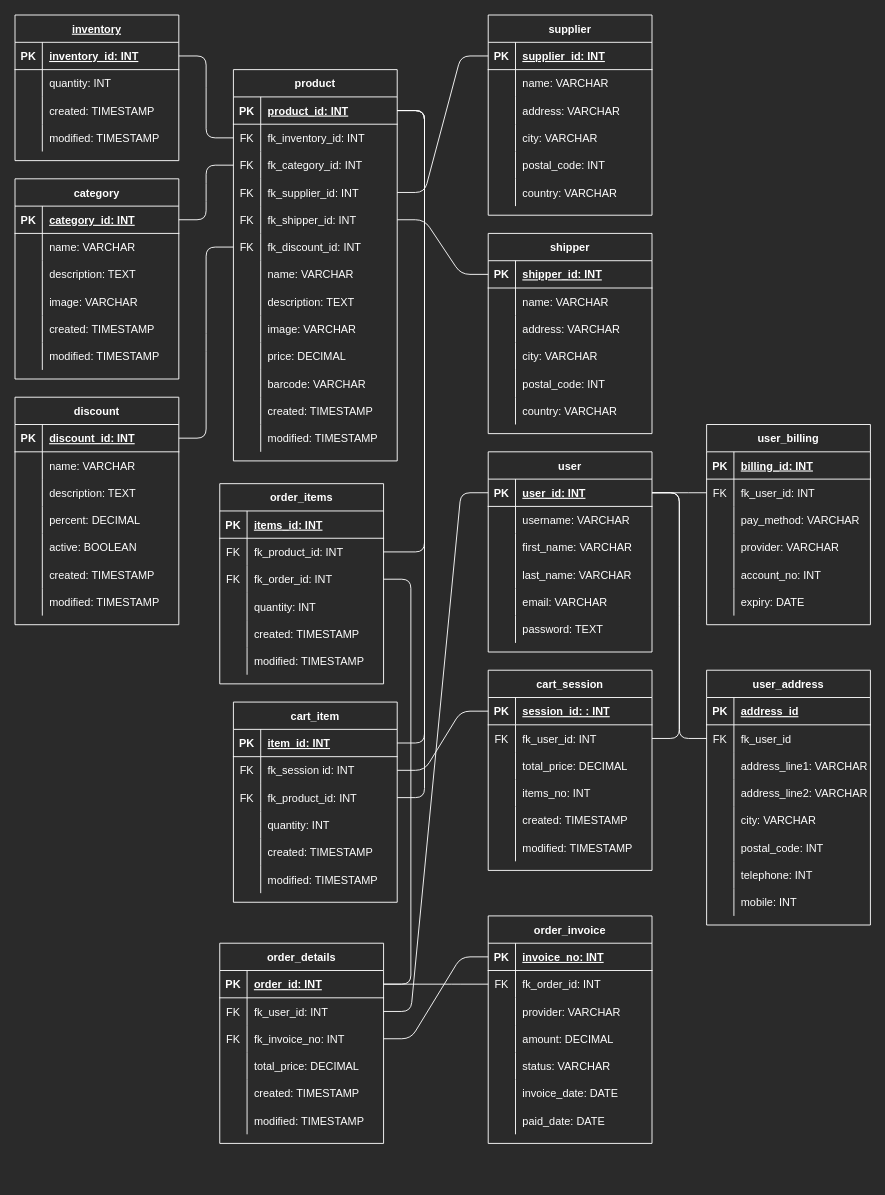
The draw.io diagram page "Normalization" (4 of 4) of diagrams/famazon.drawio in PCSedlaczek/BE15_CR9_Sedlaczek, before the edit. Source tidied: cells renumbered, new cells numbered last; positions are measured from the earlier drawing's top-left corner, leaving out a move shared by most shapes. Both pictures are drawn from the tidied source at 91%, with x=0, y=0 at pixel (15, 15).
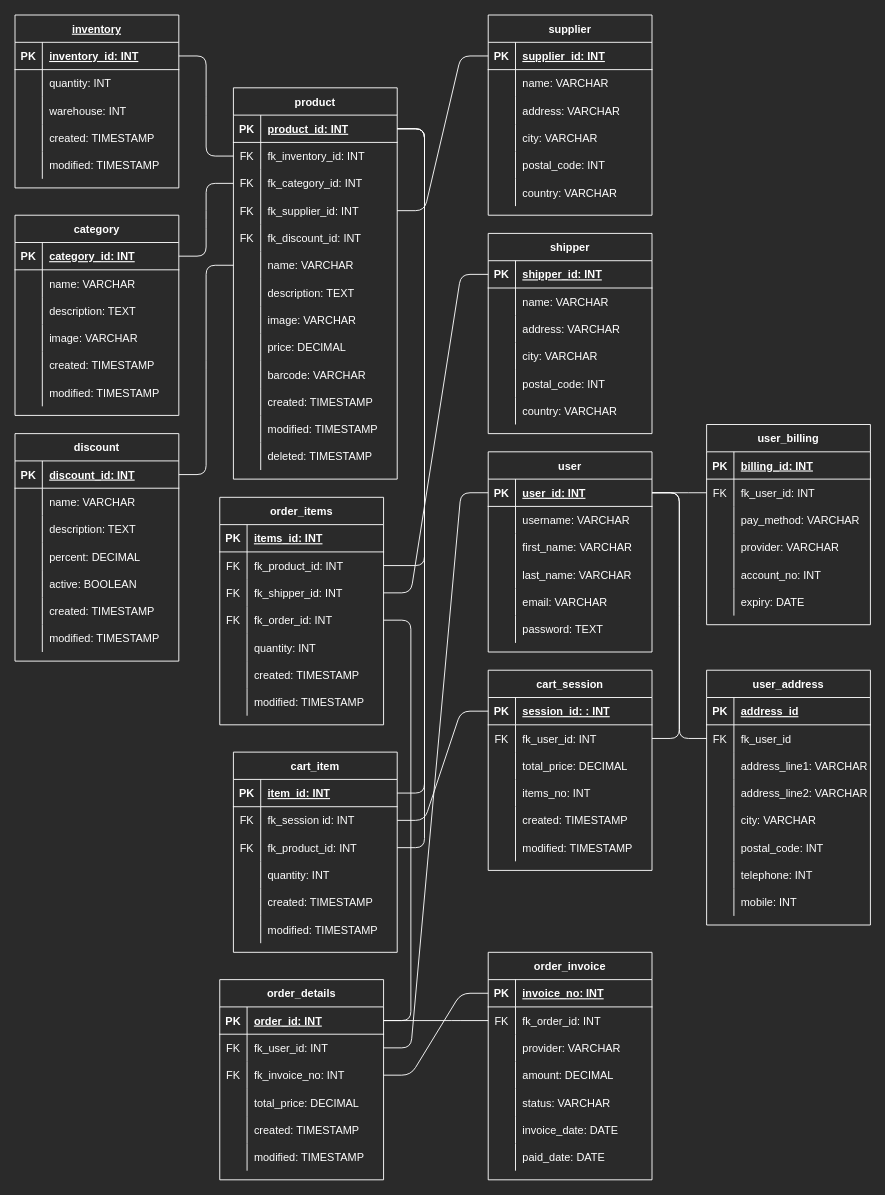
The same page after the edit.

Unchanged cells that the change refers to:
```xml
<mxCell id="103" style="shape=partialRectangle;fillColor=none;top=0;left=0;bottom=1;right=0;points=[[0,0.5],[1,0.5]];portConstraint=eastwest;labelBackgroundColor=none;fontColor=#FFFFFF;strokeColor=#FFFFFF;strokeWidth=1;" parent="102" vertex="1">
  <mxGeometry y="30" width="180" height="30" as="geometry" />
</mxCell>
<mxCell id="134" style="shape=partialRectangle;fillColor=none;top=0;left=0;bottom=0;right=0;points=[[0,0.5],[1,0.5]];portConstraint=eastwest;labelBackgroundColor=none;fontColor=#FFFFFF;strokeColor=#FFFFFF;strokeWidth=1;" parent="121" vertex="1">
  <mxGeometry y="150" width="180" height="30" as="geometry" />
</mxCell>
<mxCell id="137" style="shape=partialRectangle;fillColor=none;top=0;left=0;bottom=0;right=0;points=[[0,0.5],[1,0.5]];portConstraint=eastwest;labelBackgroundColor=none;fontColor=#FFFFFF;strokeColor=#FFFFFF;strokeWidth=1;" parent="121" vertex="1">
  <mxGeometry y="180" width="180" height="30" as="geometry" />
</mxCell>
<mxCell id="140" style="shape=partialRectangle;fillColor=none;top=0;left=0;bottom=0;right=0;labelBackgroundColor=none;fontColor=#FFFFFF;strokeColor=#FFFFFF;strokeWidth=1;" parent="121" vertex="1">
  <mxGeometry y="210" width="180" height="30" as="geometry" />
</mxCell>
<mxCell id="143" style="shape=partialRectangle;fillColor=none;top=0;left=0;bottom=0;right=0;labelBackgroundColor=none;fontColor=#FFFFFF;strokeColor=#FFFFFF;strokeWidth=1;" parent="121" vertex="1">
  <mxGeometry y="240" width="180" height="30" as="geometry" />
</mxCell>
<mxCell id="146" style="shape=partialRectangle;fillColor=none;top=0;left=0;bottom=0;right=0;labelBackgroundColor=none;fontColor=#FFFFFF;strokeColor=#FFFFFF;strokeWidth=1;" parent="121" vertex="1">
  <mxGeometry y="270" width="180" height="30" as="geometry" />
</mxCell>
<mxCell id="149" style="shape=partialRectangle;fillColor=none;top=0;left=0;bottom=0;right=0;labelBackgroundColor=none;fontColor=#FFFFFF;strokeColor=#FFFFFF;strokeWidth=1;" parent="121" vertex="1">
  <mxGeometry y="300" width="180" height="30" as="geometry" />
</mxCell>
<mxCell id="152" style="shape=partialRectangle;fillColor=none;top=0;left=0;bottom=0;right=0;labelBackgroundColor=none;fontColor=#FFFFFF;strokeColor=#FFFFFF;strokeWidth=1;" parent="121" vertex="1">
  <mxGeometry y="330" width="180" height="30" as="geometry" />
</mxCell>
<mxCell id="155" style="shape=partialRectangle;fillColor=none;top=0;left=0;bottom=0;right=0;labelBackgroundColor=none;fontColor=#FFFFFF;strokeColor=#FFFFFF;strokeWidth=1;" parent="121" vertex="1">
  <mxGeometry y="360" width="180" height="30" as="geometry" />
</mxCell>
<mxCell id="158" style="shape=partialRectangle;fillColor=none;top=0;left=0;bottom=0;right=0;labelBackgroundColor=none;fontColor=#FFFFFF;strokeColor=#FFFFFF;strokeWidth=1;" parent="121" vertex="1">
  <mxGeometry y="390" width="180" height="30" as="geometry" />
</mxCell>
<mxCell id="225" style="shape=partialRectangle;fillColor=none;top=0;left=0;bottom=0;right=0;points=[[0,0.5],[1,0.5]];portConstraint=eastwest;labelBackgroundColor=none;fontColor=#FFFFFF;strokeColor=#FFFFFF;strokeWidth=1;" parent="218" vertex="1">
  <mxGeometry y="90" width="180" height="30" as="geometry" />
</mxCell>
<mxCell id="228" style="shape=partialRectangle;fillColor=none;top=0;left=0;bottom=0;right=0;points=[[0,0.5],[1,0.5]];portConstraint=eastwest;labelBackgroundColor=none;fontColor=#FFFFFF;strokeColor=#FFFFFF;strokeWidth=1;" parent="218" vertex="1">
  <mxGeometry y="120" width="180" height="30" as="geometry" />
</mxCell>
<mxCell id="231" style="shape=partialRectangle;fillColor=none;top=0;left=0;bottom=0;right=0;labelBackgroundColor=none;fontColor=#FFFFFF;strokeColor=#FFFFFF;strokeWidth=1;" parent="218" vertex="1">
  <mxGeometry y="150" width="180" height="30" as="geometry" />
</mxCell>
<mxCell id="234" style="shape=partialRectangle;fillColor=none;top=0;left=0;bottom=0;right=0;labelBackgroundColor=none;fontColor=#FFFFFF;strokeColor=#FFFFFF;strokeWidth=1;" parent="218" vertex="1">
  <mxGeometry y="180" width="180" height="30" as="geometry" />
</mxCell>
<mxCell id="238" style="shape=partialRectangle;fillColor=none;top=0;left=0;bottom=1;right=0;points=[[0,0.5],[1,0.5]];portConstraint=eastwest;labelBackgroundColor=none;fontColor=#FFFFFF;strokeColor=#FFFFFF;strokeWidth=1;" parent="237" vertex="1">
  <mxGeometry y="30" width="180" height="30" as="geometry" />
</mxCell>
```

Diff of the diagram source:
```diff
@@
     <mxCell id="67" value="discount" style="shape=table;startSize=30;childLayout=tableLayout;rowLines=0;fontStyle=1;align=center;labelBackgroundColor=none;fontColor=#FFFFFF;strokeColor=#FFFFFF;strokeWidth=1;fillColor=none;" parent="1" vertex="1">
-      <mxGeometry y="420" width="180" height="250" as="geometry" />
+      <mxGeometry y="460" width="180" height="250" as="geometry" />
     </mxCell>
@@
     <mxCell id="89" value="inventory" style="shape=table;startSize=30;childLayout=tableLayout;rowLines=0;fontStyle=5;align=center;labelBackgroundColor=none;fontColor=#FFFFFF;strokeColor=#FFFFFF;strokeWidth=1;fillColor=none;" parent="1" vertex="1">
-      <mxGeometry width="180" height="160" as="geometry" />
+      <mxGeometry width="180" height="190" as="geometry" />
     </mxCell>
@@
+    <mxCell id="311" style="shape=partialRectangle;fillColor=none;top=0;left=0;bottom=0;right=0;labelBackgroundColor=none;fontColor=#FFFFFF;strokeColor=#FFFFFF;strokeWidth=1;" parent="89" vertex="1">
+      <mxGeometry y="90" width="180" height="30" as="geometry" />
+    </mxCell>
+    <mxCell id="312" style="shape=partialRectangle;fillColor=none;top=0;left=0;bottom=0;right=0;overflow=hidden;labelBackgroundColor=none;fontColor=#FFFFFF;strokeColor=#FFFFFF;strokeWidth=1;" parent="311" vertex="1">
+      <mxGeometry width="30" height="30" as="geometry" />
+    </mxCell>
+    <mxCell id="313" value="warehouse: INT" style="shape=partialRectangle;fillColor=none;top=0;left=0;bottom=0;right=0;align=left;spacingLeft=6;overflow=hidden;labelBackgroundColor=none;fontColor=#FFFFFF;strokeColor=#FFFFFF;strokeWidth=1;" parent="311" vertex="1">
+      <mxGeometry x="30" width="150" height="30" as="geometry" />
+    </mxCell>
     <mxCell id="96" style="shape=partialRectangle;fillColor=none;top=0;left=0;bottom=0;right=0;labelBackgroundColor=none;fontColor=#FFFFFF;strokeColor=#FFFFFF;strokeWidth=1;" parent="89" vertex="1">
-      <mxGeometry y="90" width="180" height="30" as="geometry" />
+      <mxGeometry y="120" width="180" height="30" as="geometry" />
     </mxCell>
@@
     <mxCell id="99" style="shape=partialRectangle;fillColor=none;top=0;left=0;bottom=0;right=0;labelBackgroundColor=none;fontColor=#FFFFFF;strokeColor=#FFFFFF;strokeWidth=1;" parent="89" vertex="1">
-      <mxGeometry y="120" width="180" height="30" as="geometry" />
+      <mxGeometry y="150" width="180" height="30" as="geometry" />
     </mxCell>
@@
     <mxCell id="121" value="product" style="shape=table;startSize=30;childLayout=tableLayout;rowLines=0;fontStyle=1;align=center;labelBackgroundColor=none;fontColor=#FFFFFF;strokeColor=#FFFFFF;strokeWidth=1;fillColor=none;" parent="1" vertex="1">
-      <mxGeometry x="240" y="60" width="180" height="430" as="geometry" />
+      <mxGeometry x="240" y="80" width="180" height="430" as="geometry" />
     </mxCell>
@@
-    <mxCell id="136" value="fk_shipper_id: INT" style="shape=partialRectangle;fillColor=none;top=0;left=0;bottom=0;right=0;align=left;spacingLeft=6;overflow=hidden;labelBackgroundColor=none;fontColor=#FFFFFF;strokeColor=#FFFFFF;strokeWidth=1;" parent="134" vertex="1">
+    <mxCell id="136" value="fk_discount_id: INT" style="shape=partialRectangle;fillColor=none;top=0;left=0;bottom=0;right=0;align=left;spacingLeft=6;overflow=hidden;labelBackgroundColor=none;fontColor=#FFFFFF;strokeColor=#FFFFFF;strokeWidth=1;" parent="134" vertex="1">
       <mxGeometry x="30" width="150" height="30" as="geometry" />
     </mxCell>
@@
-    <mxCell id="138" value="FK" style="shape=partialRectangle;fillColor=none;top=0;left=0;bottom=0;right=0;overflow=hidden;labelBackgroundColor=none;fontColor=#FFFFFF;strokeColor=#FFFFFF;strokeWidth=1;" parent="137" vertex="1">
+    <mxCell id="138" style="shape=partialRectangle;fillColor=none;top=0;left=0;bottom=0;right=0;overflow=hidden;labelBackgroundColor=none;fontColor=#FFFFFF;strokeColor=#FFFFFF;strokeWidth=1;" parent="137" vertex="1">
       <mxGeometry width="30" height="30" as="geometry" />
     </mxCell>
-    <mxCell id="139" value="fk_discount_id: INT" style="shape=partialRectangle;fillColor=none;top=0;left=0;bottom=0;right=0;align=left;spacingLeft=6;overflow=hidden;labelBackgroundColor=none;fontColor=#FFFFFF;strokeColor=#FFFFFF;strokeWidth=1;" parent="137" vertex="1">
+    <mxCell id="139" value="name: VARCHAR" style="shape=partialRectangle;fillColor=none;top=0;left=0;bottom=0;right=0;align=left;spacingLeft=6;overflow=hidden;labelBackgroundColor=none;fontColor=#FFFFFF;strokeColor=#FFFFFF;strokeWidth=1;" parent="137" vertex="1">
       <mxGeometry x="30" width="150" height="30" as="geometry" />
     </mxCell>
@@
-    <mxCell id="142" value="name: VARCHAR" style="shape=partialRectangle;fillColor=none;top=0;left=0;bottom=0;right=0;align=left;spacingLeft=6;overflow=hidden;labelBackgroundColor=none;fontColor=#FFFFFF;strokeColor=#FFFFFF;strokeWidth=1;" parent="140" vertex="1">
+    <mxCell id="142" value="description: TEXT" style="shape=partialRectangle;fillColor=none;top=0;left=0;bottom=0;right=0;align=left;spacingLeft=6;overflow=hidden;labelBackgroundColor=none;fontColor=#FFFFFF;strokeColor=#FFFFFF;strokeWidth=1;" parent="140" vertex="1">
       <mxGeometry x="30" width="150" height="30" as="geometry" />
     </mxCell>
@@
-    <mxCell id="145" value="description: TEXT" style="shape=partialRectangle;fillColor=none;top=0;left=0;bottom=0;right=0;align=left;spacingLeft=6;overflow=hidden;labelBackgroundColor=none;fontColor=#FFFFFF;strokeColor=#FFFFFF;strokeWidth=1;" parent="143" vertex="1">
+    <mxCell id="145" value="image: VARCHAR" style="shape=partialRectangle;fillColor=none;top=0;left=0;bottom=0;right=0;align=left;spacingLeft=6;overflow=hidden;labelBackgroundColor=none;fontColor=#FFFFFF;strokeColor=#FFFFFF;strokeWidth=1;" parent="143" vertex="1">
       <mxGeometry x="30" width="150" height="30" as="geometry" />
     </mxCell>
@@
-    <mxCell id="148" value="image: VARCHAR" style="shape=partialRectangle;fillColor=none;top=0;left=0;bottom=0;right=0;align=left;spacingLeft=6;overflow=hidden;labelBackgroundColor=none;fontColor=#FFFFFF;strokeColor=#FFFFFF;strokeWidth=1;" parent="146" vertex="1">
+    <mxCell id="148" value="price: DECIMAL" style="shape=partialRectangle;fillColor=none;top=0;left=0;bottom=0;right=0;align=left;spacingLeft=6;overflow=hidden;labelBackgroundColor=none;fontColor=#FFFFFF;strokeColor=#FFFFFF;strokeWidth=1;" parent="146" vertex="1">
       <mxGeometry x="30" width="150" height="30" as="geometry" />
     </mxCell>
@@
-    <mxCell id="151" value="price: DECIMAL" style="shape=partialRectangle;fillColor=none;top=0;left=0;bottom=0;right=0;align=left;spacingLeft=6;overflow=hidden;labelBackgroundColor=none;fontColor=#FFFFFF;strokeColor=#FFFFFF;strokeWidth=1;" parent="149" vertex="1">
+    <mxCell id="151" value="barcode: VARCHAR" style="shape=partialRectangle;fillColor=none;top=0;left=0;bottom=0;right=0;align=left;spacingLeft=6;overflow=hidden;labelBackgroundColor=none;fontColor=#FFFFFF;strokeColor=#FFFFFF;strokeWidth=1;" parent="149" vertex="1">
       <mxGeometry x="30" width="150" height="30" as="geometry" />
     </mxCell>
@@
-    <mxCell id="154" value="barcode: VARCHAR" style="shape=partialRectangle;fillColor=none;top=0;left=0;bottom=0;right=0;align=left;spacingLeft=6;overflow=hidden;labelBackgroundColor=none;fontColor=#FFFFFF;strokeColor=#FFFFFF;strokeWidth=1;" parent="152" vertex="1">
+    <mxCell id="154" value="created: TIMESTAMP" style="shape=partialRectangle;fillColor=none;top=0;left=0;bottom=0;right=0;align=left;spacingLeft=6;overflow=hidden;labelBackgroundColor=none;fontColor=#FFFFFF;strokeColor=#FFFFFF;strokeWidth=1;" parent="152" vertex="1">
       <mxGeometry x="30" width="150" height="30" as="geometry" />
     </mxCell>
@@
-    <mxCell id="157" value="created: TIMESTAMP" style="shape=partialRectangle;fillColor=none;top=0;left=0;bottom=0;right=0;align=left;spacingLeft=6;overflow=hidden;labelBackgroundColor=none;fontColor=#FFFFFF;strokeColor=#FFFFFF;strokeWidth=1;" parent="155" vertex="1">
+    <mxCell id="157" value="modified: TIMESTAMP" style="shape=partialRectangle;fillColor=none;top=0;left=0;bottom=0;right=0;align=left;spacingLeft=6;overflow=hidden;labelBackgroundColor=none;fontColor=#FFFFFF;strokeColor=#FFFFFF;strokeWidth=1;" parent="155" vertex="1">
       <mxGeometry x="30" width="150" height="30" as="geometry" />
     </mxCell>
@@
-    <mxCell id="160" value="modified: TIMESTAMP" style="shape=partialRectangle;fillColor=none;top=0;left=0;bottom=0;right=0;align=left;spacingLeft=6;overflow=hidden;labelBackgroundColor=none;fontColor=#FFFFFF;strokeColor=#FFFFFF;strokeWidth=1;" parent="158" vertex="1">
+    <mxCell id="160" value="deleted: TIMESTAMP" style="shape=partialRectangle;fillColor=none;top=0;left=0;bottom=0;right=0;align=left;spacingLeft=6;overflow=hidden;labelBackgroundColor=none;fontColor=#FFFFFF;strokeColor=#FFFFFF;strokeWidth=1;" parent="158" vertex="1">
       <mxGeometry x="30" width="150" height="30" as="geometry" />
     </mxCell>
     <mxCell id="161" value="category" style="shape=table;startSize=30;childLayout=tableLayout;rowLines=0;fontStyle=1;align=center;labelBackgroundColor=none;fontColor=#FFFFFF;strokeColor=#FFFFFF;strokeWidth=1;fillColor=none;" parent="1" vertex="1">
-      <mxGeometry y="180" width="180" height="220" as="geometry" />
+      <mxGeometry y="220" width="180" height="220" as="geometry" />
     </mxCell>
@@
     <mxCell id="199" value="cart_item" style="shape=table;startSize=30;childLayout=tableLayout;rowLines=0;fontStyle=1;align=center;labelBackgroundColor=none;fontColor=#FFFFFF;strokeColor=#FFFFFF;strokeWidth=1;fillColor=none;" parent="1" vertex="1">
-      <mxGeometry x="240" y="755" width="180" height="220" as="geometry" />
+      <mxGeometry x="240" y="810" width="180" height="220" as="geometry" />
     </mxCell>
@@
     <mxCell id="218" value="order_items" style="shape=table;startSize=30;childLayout=tableLayout;rowLines=0;fontStyle=1;align=center;labelBackgroundColor=none;fontColor=#FFFFFF;strokeColor=#FFFFFF;strokeWidth=1;fillColor=none;" parent="1" vertex="1">
-      <mxGeometry x="225" y="515" width="180" height="220" as="geometry" />
+      <mxGeometry x="225" y="530" width="180" height="250" as="geometry" />
     </mxCell>
@@
-    <mxCell id="227" value="fk_order_id: INT" style="shape=partialRectangle;fillColor=none;top=0;left=0;bottom=0;right=0;align=left;spacingLeft=6;overflow=hidden;labelBackgroundColor=none;fontColor=#FFFFFF;strokeColor=#FFFFFF;strokeWidth=1;" parent="225" vertex="1">
+    <mxCell id="227" value="fk_shipper_id: INT" style="shape=partialRectangle;fillColor=none;top=0;left=0;bottom=0;right=0;align=left;spacingLeft=6;overflow=hidden;labelBackgroundColor=none;fontColor=#FFFFFF;strokeColor=#FFFFFF;strokeWidth=1;" parent="225" vertex="1">
       <mxGeometry x="30" width="150" height="30" as="geometry" />
     </mxCell>
@@
-    <mxCell id="229" style="shape=partialRectangle;fillColor=none;top=0;left=0;bottom=0;right=0;overflow=hidden;labelBackgroundColor=none;fontColor=#FFFFFF;strokeColor=#FFFFFF;strokeWidth=1;" parent="228" vertex="1">
+    <mxCell id="229" value="FK" style="shape=partialRectangle;fillColor=none;top=0;left=0;bottom=0;right=0;overflow=hidden;labelBackgroundColor=none;fontColor=#FFFFFF;strokeColor=#FFFFFF;strokeWidth=1;" parent="228" vertex="1">
       <mxGeometry width="30" height="30" as="geometry" />
     </mxCell>
-    <mxCell id="230" value="quantity: INT" style="shape=partialRectangle;fillColor=none;top=0;left=0;bottom=0;right=0;align=left;spacingLeft=6;overflow=hidden;labelBackgroundColor=none;fontColor=#FFFFFF;strokeColor=#FFFFFF;strokeWidth=1;" parent="228" vertex="1">
+    <mxCell id="230" value="fk_order_id: INT" style="shape=partialRectangle;fillColor=none;top=0;left=0;bottom=0;right=0;align=left;spacingLeft=6;overflow=hidden;labelBackgroundColor=none;fontColor=#FFFFFF;strokeColor=#FFFFFF;strokeWidth=1;" parent="228" vertex="1">
       <mxGeometry x="30" width="150" height="30" as="geometry" />
     </mxCell>
@@
-    <mxCell id="233" value="created: TIMESTAMP" style="shape=partialRectangle;fillColor=none;top=0;left=0;bottom=0;right=0;align=left;spacingLeft=6;overflow=hidden;labelBackgroundColor=none;fontColor=#FFFFFF;strokeColor=#FFFFFF;strokeWidth=1;" parent="231" vertex="1">
+    <mxCell id="233" value="quantity: INT" style="shape=partialRectangle;fillColor=none;top=0;left=0;bottom=0;right=0;align=left;spacingLeft=6;overflow=hidden;labelBackgroundColor=none;fontColor=#FFFFFF;strokeColor=#FFFFFF;strokeWidth=1;" parent="231" vertex="1">
       <mxGeometry x="30" width="150" height="30" as="geometry" />
     </mxCell>
@@
-    <mxCell id="236" value="modified: TIMESTAMP" style="shape=partialRectangle;fillColor=none;top=0;left=0;bottom=0;right=0;align=left;spacingLeft=6;overflow=hidden;labelBackgroundColor=none;fontColor=#FFFFFF;strokeColor=#FFFFFF;strokeWidth=1;" parent="234" vertex="1">
+    <mxCell id="236" value="created: TIMESTAMP" style="shape=partialRectangle;fillColor=none;top=0;left=0;bottom=0;right=0;align=left;spacingLeft=6;overflow=hidden;labelBackgroundColor=none;fontColor=#FFFFFF;strokeColor=#FFFFFF;strokeWidth=1;" parent="234" vertex="1">
       <mxGeometry x="30" width="150" height="30" as="geometry" />
     </mxCell>
+    <mxCell id="314" style="shape=partialRectangle;fillColor=none;top=0;left=0;bottom=0;right=0;labelBackgroundColor=none;fontColor=#FFFFFF;strokeColor=#FFFFFF;strokeWidth=1;" parent="218" vertex="1">
+      <mxGeometry y="210" width="180" height="30" as="geometry" />
+    </mxCell>
+    <mxCell id="315" style="shape=partialRectangle;fillColor=none;top=0;left=0;bottom=0;right=0;overflow=hidden;labelBackgroundColor=none;fontColor=#FFFFFF;strokeColor=#FFFFFF;strokeWidth=1;" parent="314" vertex="1">
+      <mxGeometry width="30" height="30" as="geometry" />
+    </mxCell>
+    <mxCell id="316" value="modified: TIMESTAMP" style="shape=partialRectangle;fillColor=none;top=0;left=0;bottom=0;right=0;align=left;spacingLeft=6;overflow=hidden;labelBackgroundColor=none;fontColor=#FFFFFF;strokeColor=#FFFFFF;strokeWidth=1;" parent="314" vertex="1">
+      <mxGeometry x="30" width="150" height="30" as="geometry" />
+    </mxCell>
     <mxCell id="237" value="order_details" style="shape=table;startSize=30;childLayout=tableLayout;rowLines=0;fontStyle=1;align=center;labelBackgroundColor=none;fontColor=#FFFFFF;strokeColor=#FFFFFF;strokeWidth=1;fillColor=none;" parent="1" vertex="1">
-      <mxGeometry x="225" y="1020" width="180" height="220" as="geometry" />
+      <mxGeometry x="225" y="1060" width="180" height="220" as="geometry" />
     </mxCell>
@@
     <mxCell id="256" value="order_invoice" style="shape=table;startSize=30;childLayout=tableLayout;rowLines=0;fontStyle=1;align=center;labelBackgroundColor=none;fontColor=#FFFFFF;strokeColor=#FFFFFF;strokeWidth=1;fillColor=none;" parent="1" vertex="1">
-      <mxGeometry x="520" y="990" width="180" height="250" as="geometry" />
+      <mxGeometry x="520" y="1030" width="180" height="250" as="geometry" />
     </mxCell>
@@
-    <mxCell id="287" style="edgeStyle=entityRelationEdgeStyle;html=1;entryX=1;entryY=0.5;entryDx=0;entryDy=0;fontColor=#FFFFFF;endArrow=none;endFill=0;strokeColor=#FFFFFF;" parent="1" edge="1" source="103" target="134">
+    <mxCell id="287" style="edgeStyle=entityRelationEdgeStyle;html=1;entryX=1;entryY=0.5;entryDx=0;entryDy=0;fontColor=#FFFFFF;endArrow=none;endFill=0;strokeColor=#FFFFFF;" parent="1" edge="1" source="103" target="225">
       <mxGeometry relative="1" as="geometry" />
     </mxCell>
-    <mxCell id="288" style="edgeStyle=entityRelationEdgeStyle;html=1;fontColor=#FFFFFF;endArrow=none;endFill=0;strokeColor=#FFFFFF;" parent="1" edge="1" source="225" target="238">
+    <mxCell id="288" style="edgeStyle=entityRelationEdgeStyle;html=1;fontColor=#FFFFFF;endArrow=none;endFill=0;strokeColor=#FFFFFF;exitX=1;exitY=0.5;exitDx=0;exitDy=0;" parent="1" edge="1" source="228" target="238">
       <mxGeometry relative="1" as="geometry" />
     </mxCell>
```
